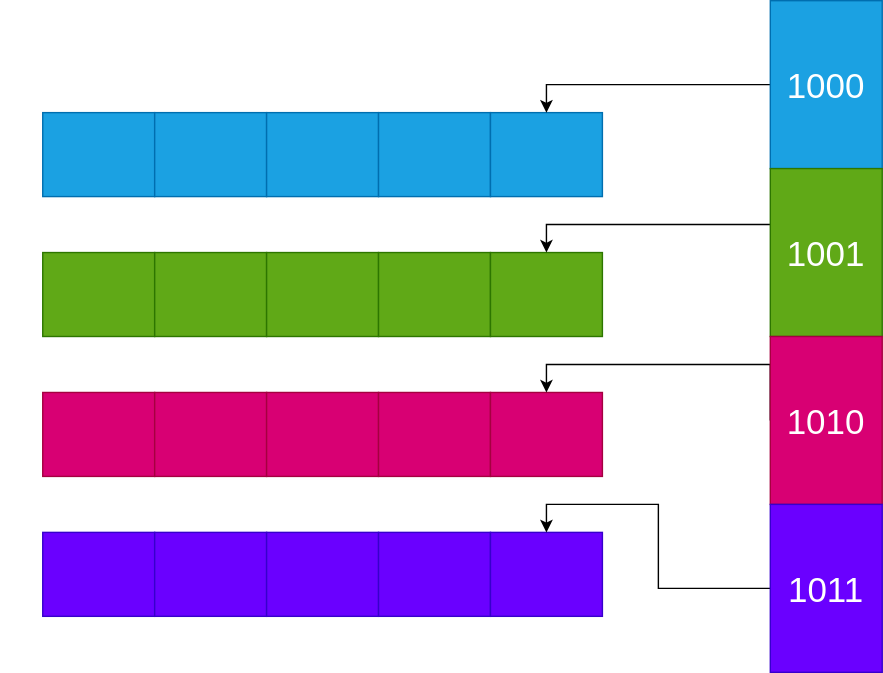
This is computer-architechture/cache.drawio.svg from mazrean/slides, a draw.io export, as it was before one commit. Source tidied: cells renumbered, new cells last; positions are measured from the earlier drawing's top-left corner, leaving out a move shared by most shapes.
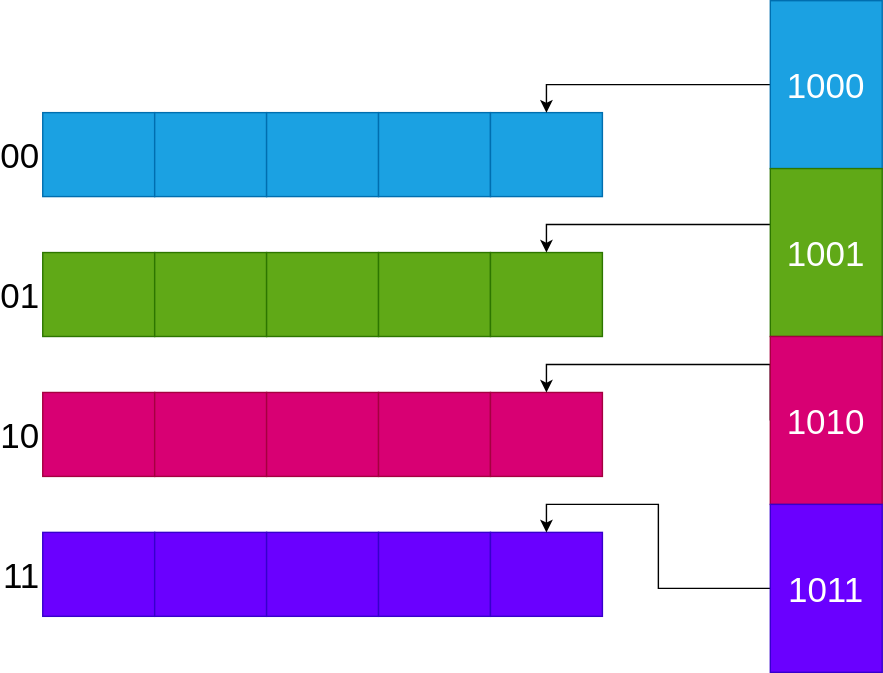
The same diagram one commit later.

The edit, as a diff of the source:
```diff
@@ -2,7 +2,7 @@
   <root>
     <mxCell id="0" />
     <mxCell id="1" parent="0" />
-    <mxCell id="2" value="&lt;font style=&quot;font-size: 25px&quot;&gt;00&lt;/font&gt;" style="rounded=0;whiteSpace=wrap;html=1;labelPosition=left;verticalLabelPosition=middle;align=right;verticalAlign=middle;fillColor=#1ba1e2;strokeColor=#006EAF;fontColor=#ffffff;" parent="1" vertex="1">
+    <mxCell id="2" value="&lt;font style=&quot;font-size: 25px&quot; color=&quot;#000000&quot;&gt;00&lt;/font&gt;" style="rounded=0;whiteSpace=wrap;html=1;labelPosition=left;verticalLabelPosition=middle;align=right;verticalAlign=middle;fillColor=#1ba1e2;strokeColor=#006EAF;fontColor=#ffffff;" parent="1" vertex="1">
       <mxGeometry y="80" width="80" height="60" as="geometry" />
     </mxCell>
     <mxCell id="3" style="rounded=0;whiteSpace=wrap;html=1;fillColor=#1ba1e2;strokeColor=#006EAF;fontColor=#ffffff;" parent="1" vertex="1">
@@ -17,7 +17,7 @@
     <mxCell id="6" style="rounded=0;whiteSpace=wrap;html=1;fillColor=#1ba1e2;strokeColor=#006EAF;fontColor=#ffffff;" parent="1" vertex="1">
       <mxGeometry x="320" y="80" width="80" height="60" as="geometry" />
     </mxCell>
-    <mxCell id="7" value="&lt;font style=&quot;font-size: 25px&quot;&gt;01&lt;/font&gt;" style="rounded=0;whiteSpace=wrap;html=1;labelPosition=left;verticalLabelPosition=middle;align=right;verticalAlign=middle;fillColor=#60a917;strokeColor=#2D7600;fontColor=#ffffff;" parent="1" vertex="1">
+    <mxCell id="7" value="&lt;font style=&quot;font-size: 25px&quot; color=&quot;#000000&quot;&gt;01&lt;/font&gt;" style="rounded=0;whiteSpace=wrap;html=1;labelPosition=left;verticalLabelPosition=middle;align=right;verticalAlign=middle;fillColor=#60a917;strokeColor=#2D7600;fontColor=#ffffff;" parent="1" vertex="1">
       <mxGeometry y="180" width="80" height="60" as="geometry" />
     </mxCell>
     <mxCell id="8" style="rounded=0;whiteSpace=wrap;html=1;fillColor=#60a917;strokeColor=#2D7600;fontColor=#ffffff;" parent="1" vertex="1">
@@ -32,7 +32,7 @@
     <mxCell id="11" style="rounded=0;whiteSpace=wrap;html=1;fillColor=#60a917;strokeColor=#2D7600;fontColor=#ffffff;" parent="1" vertex="1">
       <mxGeometry x="320" y="180" width="80" height="60" as="geometry" />
     </mxCell>
-    <mxCell id="12" value="&lt;span style=&quot;font-size: 25px&quot;&gt;10&lt;/span&gt;" style="rounded=0;whiteSpace=wrap;html=1;labelPosition=left;verticalLabelPosition=middle;align=right;verticalAlign=middle;fillColor=#d80073;strokeColor=#A50040;fontColor=#ffffff;" parent="1" vertex="1">
+    <mxCell id="12" value="&lt;span style=&quot;font-size: 25px&quot;&gt;&lt;font color=&quot;#000000&quot;&gt;10&lt;/font&gt;&lt;/span&gt;" style="rounded=0;whiteSpace=wrap;html=1;labelPosition=left;verticalLabelPosition=middle;align=right;verticalAlign=middle;fillColor=#d80073;strokeColor=#A50040;fontColor=#ffffff;" parent="1" vertex="1">
       <mxGeometry y="280" width="80" height="60" as="geometry" />
     </mxCell>
     <mxCell id="13" style="rounded=0;whiteSpace=wrap;html=1;fillColor=#d80073;strokeColor=#A50040;fontColor=#ffffff;" parent="1" vertex="1">
@@ -47,7 +47,7 @@
     <mxCell id="16" style="rounded=0;whiteSpace=wrap;html=1;fillColor=#d80073;strokeColor=#A50040;fontColor=#ffffff;" parent="1" vertex="1">
       <mxGeometry x="320" y="280" width="80" height="60" as="geometry" />
     </mxCell>
-    <mxCell id="17" value="&lt;span style=&quot;font-size: 25px&quot;&gt;11&lt;/span&gt;" style="rounded=0;whiteSpace=wrap;html=1;labelPosition=left;verticalLabelPosition=middle;align=right;verticalAlign=middle;fillColor=#6a00ff;strokeColor=#3700CC;fontColor=#ffffff;" parent="1" vertex="1">
+    <mxCell id="17" value="&lt;span style=&quot;font-size: 25px&quot;&gt;&lt;font color=&quot;#000000&quot;&gt;11&lt;/font&gt;&lt;/span&gt;" style="rounded=0;whiteSpace=wrap;html=1;labelPosition=left;verticalLabelPosition=middle;align=right;verticalAlign=middle;fillColor=#6a00ff;strokeColor=#3700CC;fontColor=#ffffff;" parent="1" vertex="1">
       <mxGeometry y="380" width="80" height="60" as="geometry" />
     </mxCell>
     <mxCell id="18" style="rounded=0;whiteSpace=wrap;html=1;fillColor=#6a00ff;strokeColor=#3700CC;fontColor=#ffffff;" parent="1" vertex="1">
```
